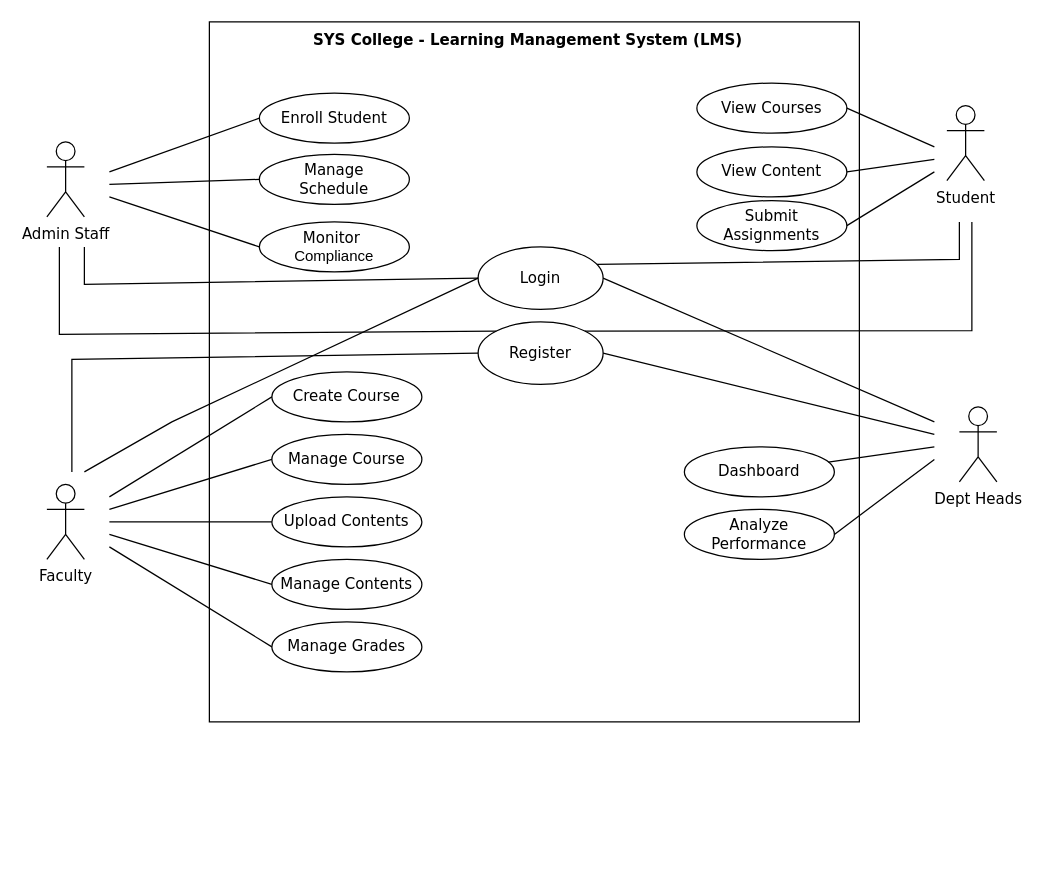
The draw.io diagram 02 - LMS-SysCollege/02 - Diagrams/Use Case Diagram.drawio in ZohaibWaqarMalik/Technical-Business-Analyst-Projects, before the edit. Source tidied: cells renumbered, new cells numbered last; positions are measured from the earlier drawing's top-left corner, leaving out a move shared by most shapes. Both pictures are drawn from the tidied source at 125%, with x=0, y=0 at pixel (46, 21).
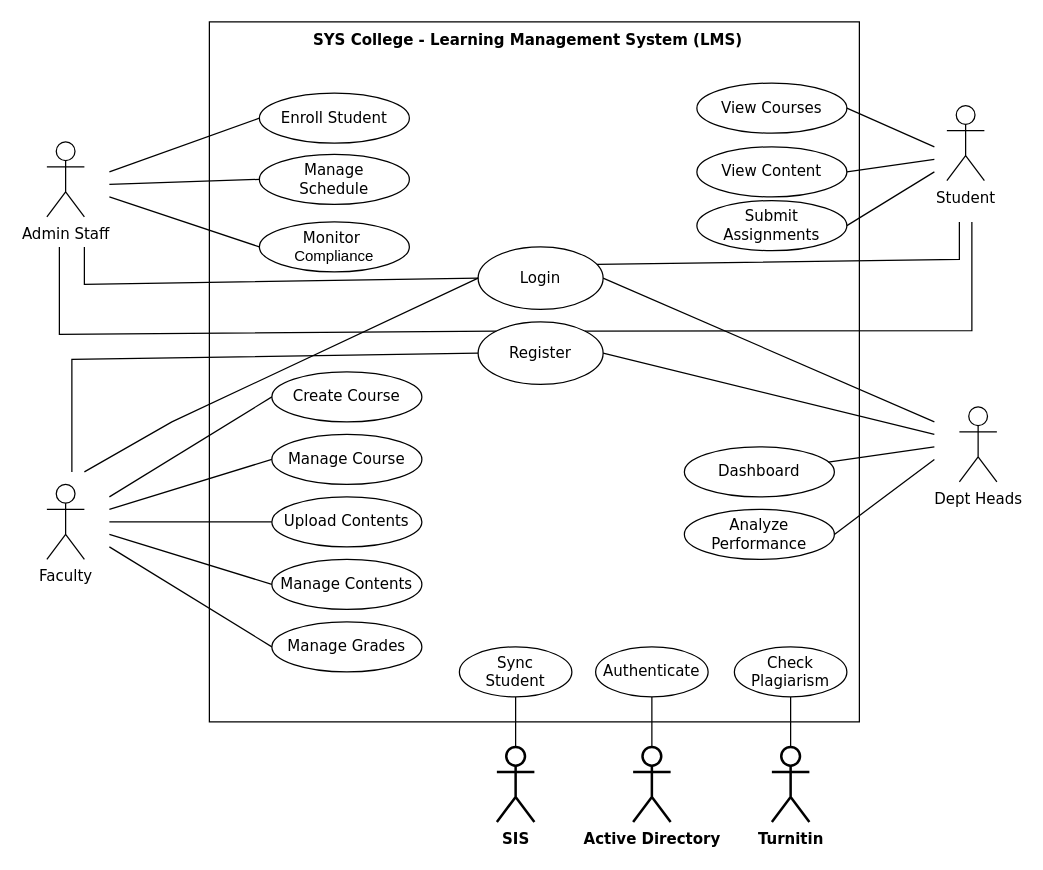
After the change.

Commit message (it also covers changes not shown here):
Update Use Case Diagram

What changed in the source:
```diff
@@
+    <mxCell id="44" value="&lt;font face=&quot;Verdana&quot;&gt;&lt;b&gt;SIS&lt;/b&gt;&lt;/font&gt;" style="shape=umlActor;verticalLabelPosition=bottom;verticalAlign=top;html=1;outlineConnect=0;strokeWidth=2;" parent="1" vertex="1">
+      <mxGeometry x="360" y="580" width="30" height="60" as="geometry" />
+    </mxCell>
+    <mxCell id="45" value="&lt;font face=&quot;Verdana&quot;&gt;&lt;b&gt;Active Directory&lt;/b&gt;&lt;/font&gt;" style="shape=umlActor;verticalLabelPosition=bottom;verticalAlign=top;html=1;outlineConnect=0;strokeWidth=2;" parent="1" vertex="1">
+      <mxGeometry x="469" y="580" width="30" height="60" as="geometry" />
+    </mxCell>
+    <mxCell id="46" value="&lt;font face=&quot;Verdana&quot;&gt;&lt;b&gt;Turnitin&lt;/b&gt;&lt;/font&gt;" style="shape=umlActor;verticalLabelPosition=bottom;verticalAlign=top;html=1;outlineConnect=0;strokeWidth=2;" parent="1" vertex="1">
+      <mxGeometry x="580" y="580" width="30" height="60" as="geometry" />
+    </mxCell>
+    <mxCell id="47" value="&lt;font face=&quot;Verdana&quot;&gt;Check&lt;/font&gt;&lt;div&gt;&lt;font face=&quot;Verdana&quot;&gt;Plagiarism&lt;/font&gt;&lt;/div&gt;" style="ellipse;whiteSpace=wrap;html=1;" parent="1" vertex="1">
+      <mxGeometry x="550" y="500" width="90" height="40" as="geometry" />
+    </mxCell>
+    <mxCell id="48" value="&lt;font face=&quot;Verdana&quot;&gt;Authenticate&lt;/font&gt;" style="ellipse;whiteSpace=wrap;html=1;" parent="1" vertex="1">
+      <mxGeometry x="439" y="500" width="90" height="40" as="geometry" />
+    </mxCell>
+    <mxCell id="49" value="&lt;font face=&quot;Verdana&quot;&gt;Sync&lt;br&gt;Student&lt;/font&gt;" style="ellipse;whiteSpace=wrap;html=1;" parent="1" vertex="1">
+      <mxGeometry x="330" y="500" width="90" height="40" as="geometry" />
+    </mxCell>
+    <mxCell id="50" style="endArrow=none;html=1;rounded=0;entryX=0.5;entryY=1;entryDx=0;entryDy=0;exitX=0.5;exitY=0;exitDx=0;exitDy=0;exitPerimeter=0;" parent="1" edge="1" source="46" target="47">
+      <mxGeometry relative="1" as="geometry" />
+    </mxCell>
+    <mxCell id="51" style="endArrow=none;html=1;rounded=0;entryX=0.5;entryY=1;entryDx=0;entryDy=0;" parent="1" edge="1" source="45" target="48">
+      <mxGeometry relative="1" as="geometry" />
+    </mxCell>
+    <mxCell id="52" style="endArrow=none;html=1;rounded=0;entryX=0.5;entryY=1;entryDx=0;entryDy=0;" parent="1" edge="1" source="44" target="49">
+      <mxGeometry relative="1" as="geometry" />
+    </mxCell>
```
